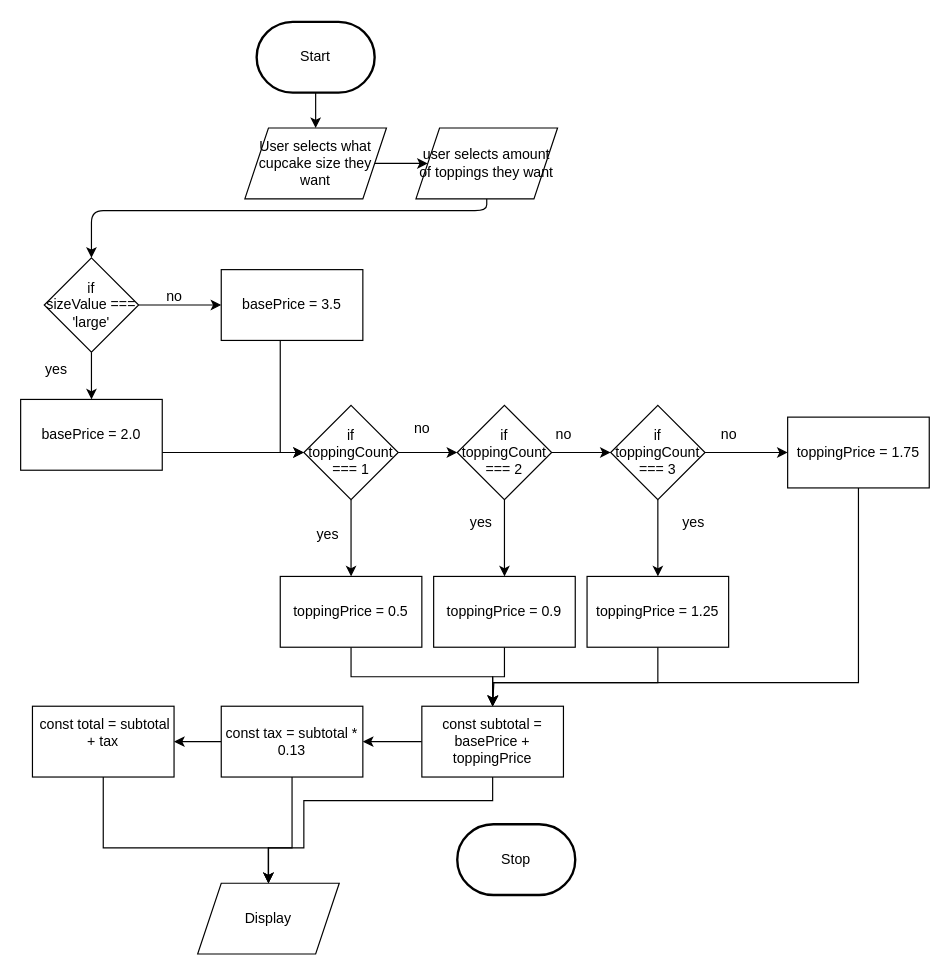
MTHS-ICD2O-1-2024/ICD2O-Assignment-04-Devin-boucher keeps this draw.io diagram as design/flowchart.drawio. Above is the earlier version. Source tidied: cells renumbered, new cells numbered last; positions are measured from the earlier drawing's top-left corner, leaving out a move shared by most shapes. Both pictures are drawn from the tidied source at 118%, with x=0, y=0 at pixel (20, 21).
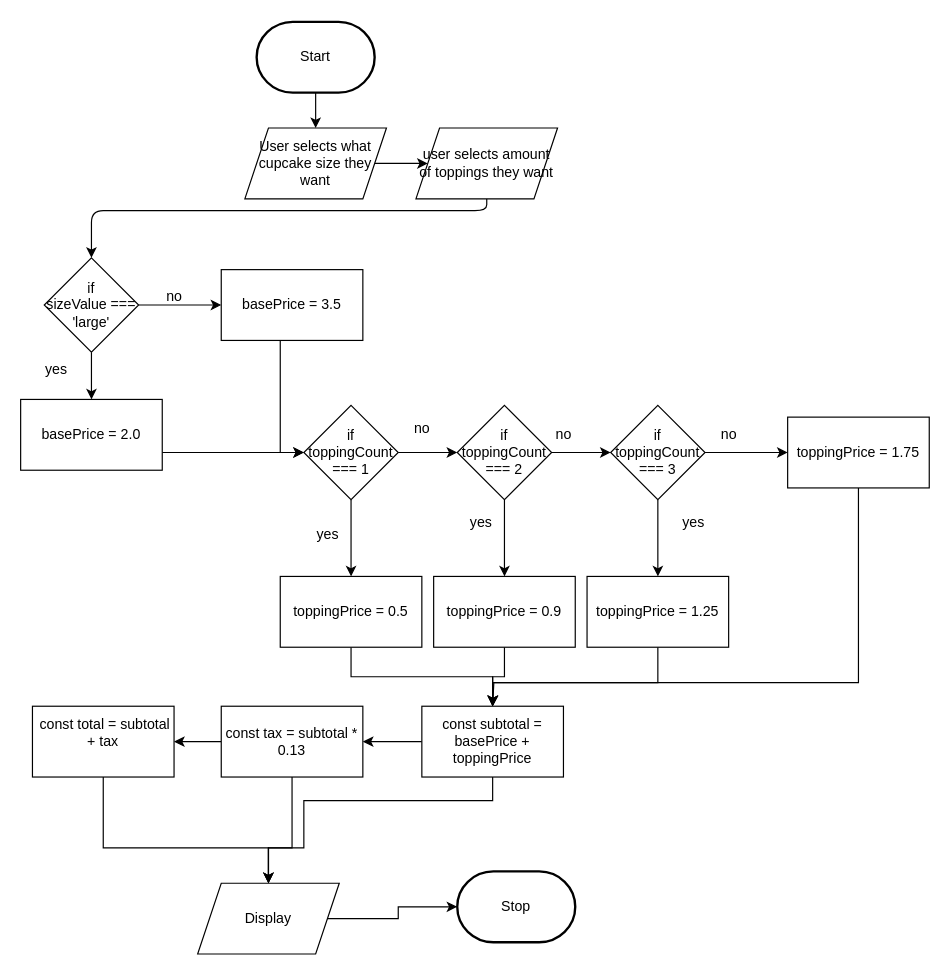
The same diagram, later.

Commit message (it also covers changes not shown here):
made flow chart

The change refers to these unchanged cells:
```xml
<mxCell id="50" value="Display" style="shape=parallelogram;perimeter=parallelogramPerimeter;whiteSpace=wrap;html=1;fixedSize=1;" parent="1" vertex="1">
  <mxGeometry x="150" y="730" width="120" height="60" as="geometry" />
</mxCell>
```

Change to the diagram source:
```diff
@@
     <mxCell id="4" value="Stop" style="strokeWidth=2;html=1;shape=mxgraph.flowchart.terminator;whiteSpace=wrap;" parent="1" vertex="1">
-      <mxGeometry x="370" y="680" width="100" height="60" as="geometry" />
+      <mxGeometry x="370" y="720" width="100" height="60" as="geometry" />
     </mxCell>
@@
+    <mxCell id="51" style="edgeStyle=orthogonalEdgeStyle;html=1;entryX=0;entryY=0.5;entryDx=0;entryDy=0;entryPerimeter=0;rounded=0;curved=0;" parent="1" edge="1" source="50" target="4">
+      <mxGeometry relative="1" as="geometry" />
+    </mxCell>
```
